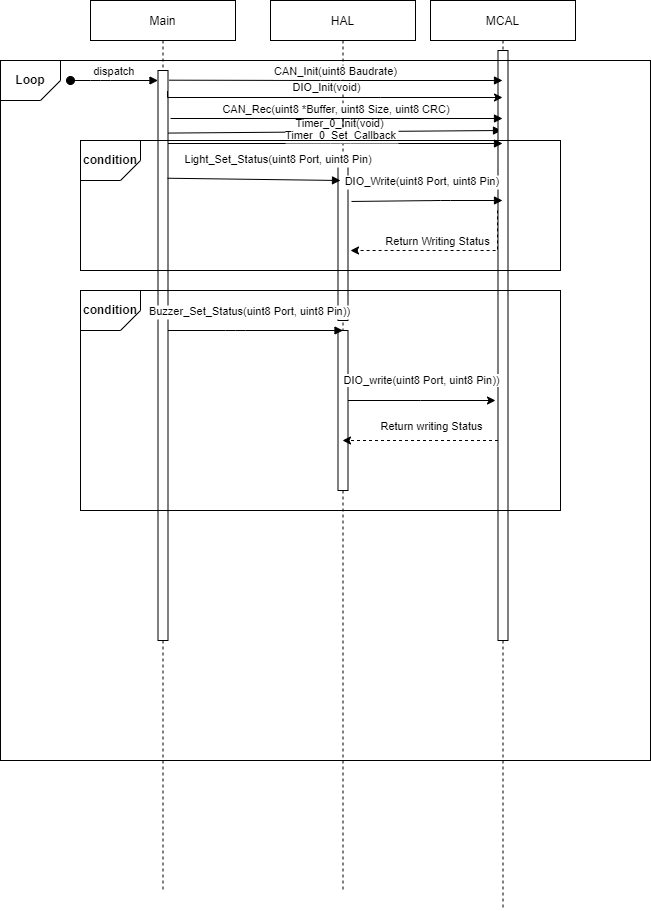
MohamedAshrafKhedr/Sprints_ARM_MC02-MA- keeps this draw.io diagram as Embedded Systems Design Project/Screen_Shots/Sequence Diagram (ECU_2).png. Above is the earlier version. Source tidied: cells renumbered, new cells last; positions are measured from the earlier drawing's top-left corner, leaving out a move shared by most shapes. Its diagram source:
```xml
<mxGraphModel>
  <root>
    <mxCell id="0" />
    <mxCell id="1" parent="0" />
    <mxCell id="2" value="Main" style="shape=umlLifeline;perimeter=lifelinePerimeter;rounded=0;shadow=0;strokeWidth=1;" parent="1" vertex="1">
      <mxGeometry x="90" width="145" height="890" as="geometry" />
    </mxCell>
    <mxCell id="3" style="points=[];perimeter=orthogonalPerimeter;rounded=0;shadow=0;strokeWidth=1;" parent="2" vertex="1">
      <mxGeometry x="67.5" y="70" width="10" height="570" as="geometry" />
    </mxCell>
    <mxCell id="4" value="dispatch" style="verticalAlign=bottom;startArrow=oval;endArrow=block;startSize=8;shadow=0;strokeWidth=1;" parent="2" edge="1" target="3">
      <mxGeometry relative="1" as="geometry">
        <mxPoint x="-20" y="80" as="sourcePoint" />
        <Array as="points">
          <mxPoint x="10" y="80" />
        </Array>
      </mxGeometry>
    </mxCell>
    <mxCell id="5" value="Timer_0_Init(void)" style="verticalAlign=bottom;endArrow=block;shadow=0;strokeWidth=1;exitX=1.1;exitY=0.017;exitDx=0;exitDy=0;exitPerimeter=0;" parent="2" edge="1">
      <mxGeometry x="0.03" y="-1" relative="1" as="geometry">
        <mxPoint x="77.5" y="132.6" as="sourcePoint" />
        <mxPoint x="411" y="130" as="targetPoint" />
      </mxGeometry>
    </mxCell>
    <mxCell id="6" value="HAL" style="shape=umlLifeline;perimeter=lifelinePerimeter;rounded=0;shadow=0;strokeWidth=1;" parent="1" vertex="1">
      <mxGeometry x="270" width="145" height="890" as="geometry" />
    </mxCell>
    <mxCell id="7" style="points=[];perimeter=orthogonalPerimeter;rounded=0;shadow=0;strokeWidth=1;" parent="6" vertex="1">
      <mxGeometry x="67.5" y="160" width="10" height="160" as="geometry" />
    </mxCell>
    <mxCell id="8" style="points=[];perimeter=orthogonalPerimeter;rounded=0;shadow=0;strokeWidth=1;" parent="6" vertex="1">
      <mxGeometry x="67.5" y="330" width="10" height="160" as="geometry" />
    </mxCell>
    <mxCell id="9" value="MCAL" style="shape=umlLifeline;perimeter=lifelinePerimeter;rounded=0;shadow=0;strokeWidth=1;" parent="1" vertex="1">
      <mxGeometry x="430" width="145" height="910" as="geometry" />
    </mxCell>
    <mxCell id="10" style="points=[];perimeter=orthogonalPerimeter;rounded=0;shadow=0;strokeWidth=1;" parent="9" vertex="1">
      <mxGeometry x="67.5" y="50" width="10" height="590" as="geometry" />
    </mxCell>
    <mxCell id="11" style="rounded=0;whiteSpace=wrap;html=1;fillColor=none;" parent="9" vertex="1">
      <mxGeometry x="-350" y="290" width="480" height="220" as="geometry" />
    </mxCell>
    <mxCell id="12" value="&lt;b&gt;condition&lt;/b&gt;" style="verticalLabelPosition=middle;verticalAlign=middle;html=1;shape=card;whiteSpace=wrap;size=20;arcSize=12;fillColor=none;direction=west;align=center;labelPosition=center;" parent="9" vertex="1">
      <mxGeometry x="-350" y="290" width="60" height="40" as="geometry" />
    </mxCell>
    <mxCell id="13" value="CAN_Init(uint8 Baudrate)" style="verticalAlign=bottom;endArrow=block;shadow=0;strokeWidth=1;exitX=1.1;exitY=0.017;exitDx=0;exitDy=0;exitPerimeter=0;" parent="1" edge="1" source="3" target="9">
      <mxGeometry relative="1" as="geometry">
        <Array as="points">
          <mxPoint x="330" y="80" />
        </Array>
      </mxGeometry>
    </mxCell>
    <mxCell id="14" value="Buzzer_Set_Status(uint8 Port, uint8 Pin))" style="verticalAlign=bottom;endArrow=block;entryX=0;entryY=0;shadow=0;strokeWidth=1;" parent="1" edge="1" source="3">
      <mxGeometry x="-0.06" y="10" relative="1" as="geometry">
        <mxPoint x="342.5" y="330" as="targetPoint" />
        <Array as="points">
          <mxPoint x="235" y="330" />
        </Array>
      </mxGeometry>
    </mxCell>
    <mxCell id="15" value="&lt;span style=&quot;color: rgb(0, 0, 0); font-family: Helvetica; font-size: 11px; font-style: normal; font-variant-ligatures: normal; font-variant-caps: normal; font-weight: 400; letter-spacing: normal; orphans: 2; text-align: center; text-indent: 0px; text-transform: none; widows: 2; word-spacing: 0px; -webkit-text-stroke-width: 0px; background-color: rgb(255, 255, 255); text-decoration-thickness: initial; text-decoration-style: initial; text-decoration-color: initial; float: none; display: inline !important;&quot;&gt;DIO_write(uint8 Port, uint8 Pin))&lt;/span&gt;" style="edgeStyle=orthogonalEdgeStyle;rounded=0;jettySize=auto;html=1;" parent="1" edge="1" source="8">
      <mxGeometry x="-0.02" y="20" relative="1" as="geometry">
        <mxPoint x="495" y="400" as="targetPoint" />
        <Array as="points">
          <mxPoint x="420" y="400" />
          <mxPoint x="420" y="400" />
        </Array>
      </mxGeometry>
    </mxCell>
    <mxCell id="16" value="DIO_Init(void)" style="edgeStyle=orthogonalEdgeStyle;rounded=0;jettySize=auto;html=1;exitX=0.95;exitY=0.036;exitDx=0;exitDy=0;exitPerimeter=0;" parent="1" edge="1" source="3" target="9">
      <mxGeometry x="-0.03" y="10" relative="1" as="geometry">
        <Array as="points">
          <mxPoint x="380" y="97" />
          <mxPoint x="380" y="97" />
        </Array>
      </mxGeometry>
    </mxCell>
    <mxCell id="17" style="edgeStyle=orthogonalEdgeStyle;rounded=0;jettySize=auto;html=1;dashed=1;" parent="1" edge="1" source="10" target="6">
      <mxGeometry relative="1" as="geometry">
        <Array as="points">
          <mxPoint x="420" y="440" />
          <mxPoint x="420" y="440" />
        </Array>
      </mxGeometry>
    </mxCell>
    <mxCell id="18" value="Return writing Status" style="edgeLabel;html=1;align=center;verticalAlign=middle;" parent="17" vertex="1">
      <mxGeometry x="-0.22" y="1" relative="1" as="geometry">
        <mxPoint x="-7" y="-16" as="offset" />
      </mxGeometry>
    </mxCell>
    <mxCell id="19" value="&lt;b&gt;condition&lt;/b&gt;" style="verticalLabelPosition=middle;verticalAlign=middle;html=1;shape=card;whiteSpace=wrap;size=20;arcSize=12;fillColor=none;direction=west;align=center;labelPosition=center;" parent="1" vertex="1">
      <mxGeometry x="80" y="140" width="60" height="40" as="geometry" />
    </mxCell>
    <mxCell id="20" value="CAN_Rec(uint8 *Buffer, uint8 Size, uint8 CRC)" style="verticalAlign=bottom;endArrow=block;shadow=0;strokeWidth=1;" parent="1" edge="1" target="9">
      <mxGeometry relative="1" as="geometry">
        <mxPoint x="170" y="118" as="sourcePoint" />
        <Array as="points">
          <mxPoint x="340" y="118" />
        </Array>
      </mxGeometry>
    </mxCell>
    <mxCell id="21" value="Timer_0_Set_Callback" style="verticalAlign=bottom;endArrow=block;shadow=0;strokeWidth=1;" parent="1" edge="1" source="3" target="9">
      <mxGeometry x="0.03" y="-1" relative="1" as="geometry">
        <Array as="points">
          <mxPoint x="340" y="143" />
        </Array>
      </mxGeometry>
    </mxCell>
    <mxCell id="22" value="Light_Set_Status(uint8 Port, uint8 Pin)" style="verticalAlign=bottom;endArrow=block;entryX=0.25;entryY=0.125;shadow=0;strokeWidth=1;entryDx=0;entryDy=0;entryPerimeter=0;exitX=0.95;exitY=0.189;exitDx=0;exitDy=0;exitPerimeter=0;" parent="1" edge="1" source="3" target="7">
      <mxGeometry x="0.29" y="11" relative="1" as="geometry" />
    </mxCell>
    <mxCell id="23" value="DIO_Write(uint8 Port, uint8 Pin)" style="verticalAlign=bottom;endArrow=block;shadow=0;strokeWidth=1;exitX=1.35;exitY=0.256;exitDx=0;exitDy=0;exitPerimeter=0;" parent="1" edge="1" source="7" target="9">
      <mxGeometry x="-0.06" y="10" relative="1" as="geometry">
        <Array as="points">
          <mxPoint x="440" y="200" />
        </Array>
      </mxGeometry>
    </mxCell>
    <mxCell id="24" style="edgeStyle=orthogonalEdgeStyle;rounded=0;jettySize=auto;html=1;exitX=-0.05;exitY=0.271;exitDx=0;exitDy=0;exitPerimeter=0;dashed=1;" parent="1" edge="1" source="10">
      <mxGeometry relative="1" as="geometry">
        <mxPoint x="350" y="250" as="targetPoint" />
        <Array as="points">
          <mxPoint x="497" y="250" />
        </Array>
      </mxGeometry>
    </mxCell>
    <mxCell id="25" value="Return Writing Status" style="edgeLabel;html=1;align=center;verticalAlign=middle;" parent="24" vertex="1">
      <mxGeometry x="-0.22" y="1" relative="1" as="geometry">
        <mxPoint x="-28" y="-11" as="offset" />
      </mxGeometry>
    </mxCell>
    <mxCell id="26" value="&lt;b&gt;Loop&lt;/b&gt;" style="verticalLabelPosition=middle;verticalAlign=middle;html=1;shape=card;whiteSpace=wrap;size=20;arcSize=12;fillColor=none;direction=west;align=center;labelPosition=center;" parent="1" vertex="1">
      <mxGeometry y="60" width="60" height="40" as="geometry" />
    </mxCell>
    <mxCell id="27" style="rounded=0;whiteSpace=wrap;html=1;fillColor=none;" parent="1" vertex="1">
      <mxGeometry x="80" y="140" width="480" height="130" as="geometry" />
    </mxCell>
    <mxCell id="28" style="rounded=0;whiteSpace=wrap;html=1;fillColor=none;" parent="1" vertex="1">
      <mxGeometry y="60" width="650" height="700" as="geometry" />
    </mxCell>
  </root>
</mxGraphModel>
```
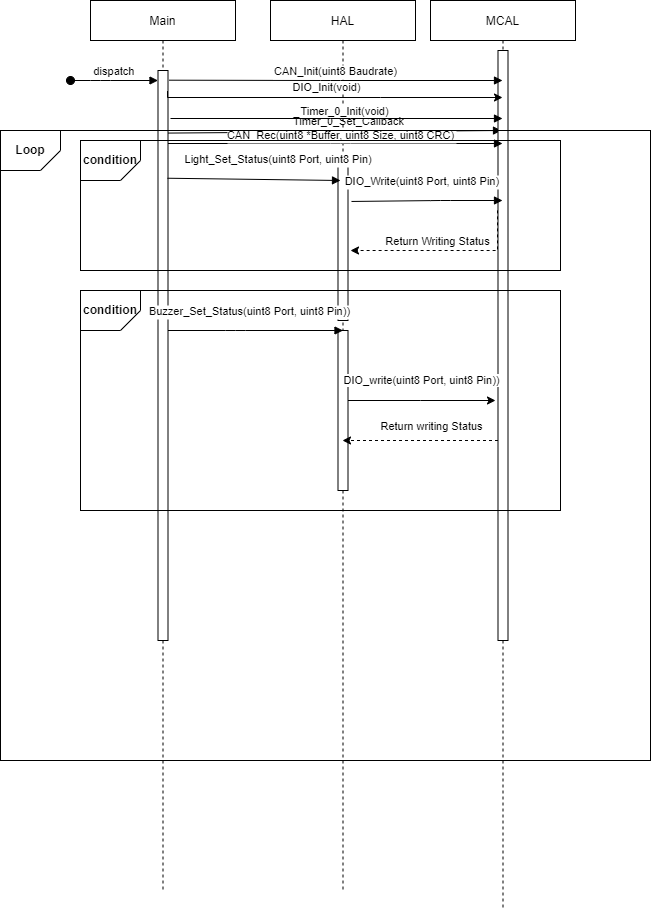
The same diagram one commit later.

The edit, as a diff of the source:
```diff
@@ -16,12 +16,17 @@
         </Array>
       </mxGeometry>
     </mxCell>
-    <mxCell id="5" value="Timer_0_Init(void)" style="verticalAlign=bottom;endArrow=block;shadow=0;strokeWidth=1;exitX=1.1;exitY=0.017;exitDx=0;exitDy=0;exitPerimeter=0;" parent="2" edge="1">
+    <mxCell id="5" style="verticalAlign=bottom;endArrow=block;shadow=0;strokeWidth=1;exitX=1.1;exitY=0.017;exitDx=0;exitDy=0;exitPerimeter=0;" parent="2" edge="1">
       <mxGeometry x="0.03" y="-1" relative="1" as="geometry">
         <mxPoint x="77.5" y="132.6" as="sourcePoint" />
         <mxPoint x="411" y="130" as="targetPoint" />
       </mxGeometry>
     </mxCell>
+    <mxCell id="29" value="Timer_0_Set_Callback" style="edgeLabel;html=1;align=center;verticalAlign=middle;" parent="5" vertex="1">
+      <mxGeometry x="0.78" relative="1" as="geometry">
+        <mxPoint x="-117" y="-10" as="offset" />
+      </mxGeometry>
+    </mxCell>
     <mxCell id="6" value="HAL" style="shape=umlLifeline;perimeter=lifelinePerimeter;rounded=0;shadow=0;strokeWidth=1;" parent="1" vertex="1">
       <mxGeometry x="270" width="145" height="890" as="geometry" />
     </mxCell>
@@ -91,7 +96,7 @@
     <mxCell id="19" value="&lt;b&gt;condition&lt;/b&gt;" style="verticalLabelPosition=middle;verticalAlign=middle;html=1;shape=card;whiteSpace=wrap;size=20;arcSize=12;fillColor=none;direction=west;align=center;labelPosition=center;" parent="1" vertex="1">
       <mxGeometry x="80" y="140" width="60" height="40" as="geometry" />
     </mxCell>
-    <mxCell id="20" value="CAN_Rec(uint8 *Buffer, uint8 Size, uint8 CRC)" style="verticalAlign=bottom;endArrow=block;shadow=0;strokeWidth=1;" parent="1" edge="1" target="9">
+    <mxCell id="20" style="verticalAlign=bottom;endArrow=block;shadow=0;strokeWidth=1;" parent="1" edge="1" target="9">
       <mxGeometry relative="1" as="geometry">
         <mxPoint x="170" y="118" as="sourcePoint" />
         <Array as="points">
@@ -99,7 +104,12 @@
         </Array>
       </mxGeometry>
     </mxCell>
+    <mxCell id="30" value="Timer_0_Init(void)" style="edgeLabel;html=1;align=center;verticalAlign=middle;" parent="20" vertex="1">
+      <mxGeometry x="0.14" y="2" relative="1" as="geometry">
+        <mxPoint x="-17" y="-6" as="offset" />
+      </mxGeometry>
+    </mxCell>
-    <mxCell id="21" value="Timer_0_Set_Callback" style="verticalAlign=bottom;endArrow=block;shadow=0;strokeWidth=1;" parent="1" edge="1" source="3" target="9">
+    <mxCell id="21" value="CAN_Rec(uint8 *Buffer, uint8 Size, uint8 CRC)" style="verticalAlign=bottom;endArrow=block;shadow=0;strokeWidth=1;" parent="1" edge="1" source="3" target="9">
       <mxGeometry x="0.03" y="-1" relative="1" as="geometry">
         <Array as="points">
           <mxPoint x="340" y="143" />
@@ -130,13 +140,13 @@
       </mxGeometry>
     </mxCell>
     <mxCell id="26" value="&lt;b&gt;Loop&lt;/b&gt;" style="verticalLabelPosition=middle;verticalAlign=middle;html=1;shape=card;whiteSpace=wrap;size=20;arcSize=12;fillColor=none;direction=west;align=center;labelPosition=center;" parent="1" vertex="1">
-      <mxGeometry y="60" width="60" height="40" as="geometry" />
+      <mxGeometry y="130" width="60" height="40" as="geometry" />
     </mxCell>
     <mxCell id="27" style="rounded=0;whiteSpace=wrap;html=1;fillColor=none;" parent="1" vertex="1">
       <mxGeometry x="80" y="140" width="480" height="130" as="geometry" />
     </mxCell>
     <mxCell id="28" style="rounded=0;whiteSpace=wrap;html=1;fillColor=none;" parent="1" vertex="1">
-      <mxGeometry y="60" width="650" height="700" as="geometry" />
+      <mxGeometry y="130" width="650" height="630" as="geometry" />
     </mxCell>
   </root>
 </mxGraphModel>
```
